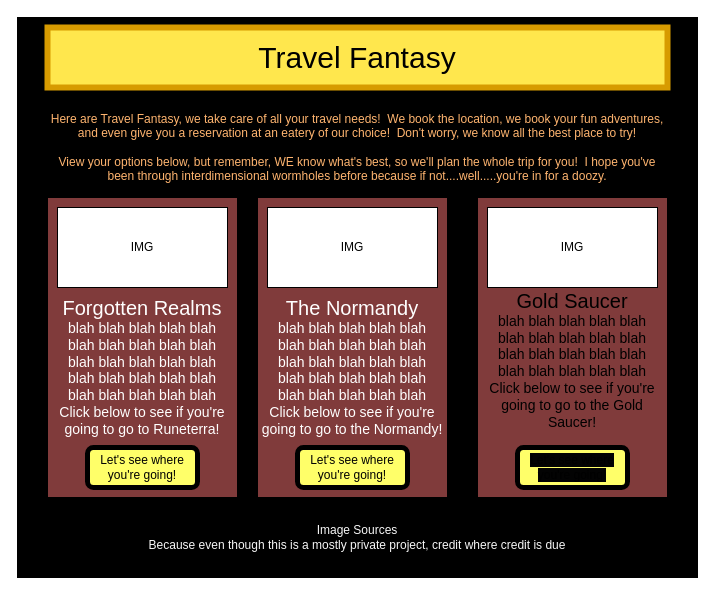
Earlier version of the draw.io diagram DayTripProjectPageIdeas.drawio (Midnight-Sighs/Day-Trip-Project). Source tidied: cells renumbered, new cells numbered last; positions are measured from the earlier drawing's top-left corner, leaving out a move shared by most shapes. Both pictures are drawn from the tidied source at 100%, with x=0, y=0 at pixel (17, 17).
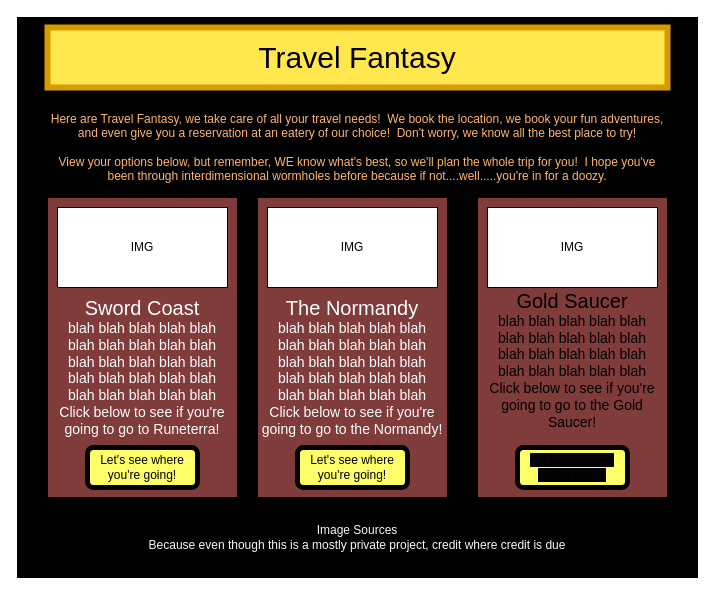
The same diagram, later.

Change to the diagram source:
```diff
@@
 <mxGraphModel>
   <root>
     <mxCell id="0" />
     <mxCell id="1" parent="0" />
     <mxCell id="2" style="rounded=0;whiteSpace=wrap;html=1;fillColor=#000000;" parent="1" vertex="1">
       <mxGeometry width="680" height="560" as="geometry" />
     </mxCell>
     <mxCell id="3" value="&lt;font style=&quot;font-size: 30px&quot;&gt;Travel Fantasy&lt;/font&gt;" style="rounded=0;whiteSpace=wrap;html=1;strokeColor=#d79b00;strokeWidth=6;fillColor=#FFE74D;" parent="1" vertex="1">
       <mxGeometry x="30" y="10" width="620" height="60" as="geometry" />
     </mxCell>
     <mxCell id="4" value="&lt;span style=&quot;background-color: rgb(128 , 59 , 59)&quot;&gt;&lt;font color=&quot;#ffffff&quot;&gt;&lt;br&gt;&lt;font style=&quot;font-family: &amp;#34;helvetica&amp;#34; ; font-style: normal ; font-weight: 400 ; letter-spacing: normal ; text-align: center ; text-indent: 0px ; text-transform: none ; word-spacing: 0px ; font-size: 20px&quot;&gt;&lt;br&gt;The Normandy&lt;/font&gt;&lt;br style=&quot;font-family: &amp;#34;helvetica&amp;#34; ; font-size: 14px ; font-style: normal ; font-weight: 400 ; letter-spacing: normal ; text-align: center ; text-indent: 0px ; text-transform: none ; word-spacing: 0px&quot;&gt;&lt;/font&gt;&lt;/span&gt;&lt;div style=&quot;font-family: &amp;#34;helvetica&amp;#34; ; font-size: 14px ; font-style: normal ; font-weight: 400 ; letter-spacing: normal ; text-align: center ; text-indent: 0px ; text-transform: none ; word-spacing: 0px&quot;&gt;&lt;span style=&quot;background-color: rgb(128 , 59 , 59)&quot;&gt;&lt;font color=&quot;#ffffff&quot;&gt;blah blah blah blah blah&lt;/font&gt;&lt;/span&gt;&lt;/div&gt;&lt;div style=&quot;font-family: &amp;#34;helvetica&amp;#34; ; font-size: 14px ; font-style: normal ; font-weight: 400 ; letter-spacing: normal ; text-align: center ; text-indent: 0px ; text-transform: none ; word-spacing: 0px&quot;&gt;&lt;span style=&quot;background-color: rgb(128 , 59 , 59)&quot;&gt;&lt;font color=&quot;#ffffff&quot;&gt;blah blah blah blah blah&lt;/font&gt;&lt;/span&gt;&lt;/div&gt;&lt;div style=&quot;font-family: &amp;#34;helvetica&amp;#34; ; font-size: 14px ; font-style: normal ; font-weight: 400 ; letter-spacing: normal ; text-align: center ; text-indent: 0px ; text-transform: none ; word-spacing: 0px&quot;&gt;&lt;span style=&quot;background-color: rgb(128 , 59 , 59)&quot;&gt;&lt;font color=&quot;#ffffff&quot;&gt;blah blah blah blah blah&lt;/font&gt;&lt;/span&gt;&lt;/div&gt;&lt;div style=&quot;font-family: &amp;#34;helvetica&amp;#34; ; font-size: 14px ; font-style: normal ; font-weight: 400 ; letter-spacing: normal ; text-align: center ; text-indent: 0px ; text-transform: none ; word-spacing: 0px&quot;&gt;&lt;span style=&quot;background-color: rgb(128 , 59 , 59)&quot;&gt;&lt;font color=&quot;#ffffff&quot;&gt;blah blah blah blah blah&lt;/font&gt;&lt;/span&gt;&lt;/div&gt;&lt;div style=&quot;font-family: &amp;#34;helvetica&amp;#34; ; font-size: 14px ; font-style: normal ; font-weight: 400 ; letter-spacing: normal ; text-align: center ; text-indent: 0px ; text-transform: none ; word-spacing: 0px&quot;&gt;&lt;span style=&quot;background-color: rgb(128 , 59 , 59)&quot;&gt;&lt;font color=&quot;#ffffff&quot;&gt;blah blah blah blah blah&lt;/font&gt;&lt;/span&gt;&lt;/div&gt;&lt;div style=&quot;font-family: &amp;#34;helvetica&amp;#34; ; font-size: 14px ; font-style: normal ; font-weight: 400 ; letter-spacing: normal ; text-align: center ; text-indent: 0px ; text-transform: none ; word-spacing: 0px&quot;&gt;&lt;span style=&quot;background-color: rgb(128 , 59 , 59)&quot;&gt;&lt;font color=&quot;#ffffff&quot;&gt;Click below to see if you're going to go to the Normandy!&lt;/font&gt;&lt;/span&gt;&lt;/div&gt;" style="rounded=0;whiteSpace=wrap;html=1;fillColor=#803B3B;" parent="1" vertex="1">
       <mxGeometry x="240" y="180" width="190" height="300" as="geometry" />
     </mxCell>
     <mxCell id="5" value="&lt;font style=&quot;font-size: 14px&quot;&gt;&lt;font style=&quot;font-size: 20px&quot;&gt;&lt;br&gt;Gold Saucer&lt;/font&gt;&lt;br&gt;&lt;div&gt;&lt;span&gt;blah blah blah blah blah&lt;/span&gt;&lt;/div&gt;&lt;div&gt;&lt;span&gt;blah blah blah blah blah&lt;/span&gt;&lt;/div&gt;&lt;div&gt;&lt;span&gt;blah blah blah blah blah&lt;/span&gt;&lt;/div&gt;&lt;div&gt;&lt;span&gt;blah blah blah blah blah&lt;/span&gt;&lt;/div&gt;&lt;div&gt;&lt;span&gt;Click below to see if you're going to go to the Gold Saucer!&lt;/span&gt;&lt;/div&gt;&lt;/font&gt;" style="rounded=0;whiteSpace=wrap;html=1;fillColor=#803B3B;" parent="1" vertex="1">
       <mxGeometry x="460" y="180" width="190" height="300" as="geometry" />
     </mxCell>
-    <mxCell id="6" value="&lt;span style=&quot;background-color: rgb(128 , 59 , 59)&quot;&gt;&lt;br&gt;&lt;font style=&quot;font-family: &amp;#34;helvetica&amp;#34; ; font-style: normal ; font-weight: 400 ; letter-spacing: normal ; text-align: center ; text-indent: 0px ; text-transform: none ; word-spacing: 0px ; font-size: 20px&quot;&gt;&lt;br&gt;&lt;font color=&quot;#ffffff&quot;&gt;Forgotten Realms&lt;/font&gt;&lt;/font&gt;&lt;font color=&quot;#ffffff&quot;&gt;&lt;br style=&quot;font-family: &amp;#34;helvetica&amp;#34; ; font-size: 14px ; font-style: normal ; font-weight: 400 ; letter-spacing: normal ; text-align: center ; text-indent: 0px ; text-transform: none ; word-spacing: 0px&quot;&gt;&lt;/font&gt;&lt;/span&gt;&lt;div style=&quot;font-family: &amp;#34;helvetica&amp;#34; ; font-size: 14px ; font-style: normal ; font-weight: 400 ; letter-spacing: normal ; text-align: center ; text-indent: 0px ; text-transform: none ; word-spacing: 0px&quot;&gt;&lt;span style=&quot;background-color: rgb(128 , 59 , 59)&quot;&gt;&lt;font color=&quot;#ffffff&quot;&gt;blah blah blah blah blah&lt;/font&gt;&lt;/span&gt;&lt;/div&gt;&lt;div style=&quot;font-family: &amp;#34;helvetica&amp;#34; ; font-size: 14px ; font-style: normal ; font-weight: 400 ; letter-spacing: normal ; text-align: center ; text-indent: 0px ; text-transform: none ; word-spacing: 0px&quot;&gt;&lt;span style=&quot;background-color: rgb(128 , 59 , 59)&quot;&gt;&lt;font color=&quot;#ffffff&quot;&gt;blah blah blah blah blah&lt;/font&gt;&lt;/span&gt;&lt;/div&gt;&lt;div style=&quot;font-family: &amp;#34;helvetica&amp;#34; ; font-size: 14px ; font-style: normal ; font-weight: 400 ; letter-spacing: normal ; text-align: center ; text-indent: 0px ; text-transform: none ; word-spacing: 0px&quot;&gt;&lt;span style=&quot;background-color: rgb(128 , 59 , 59)&quot;&gt;&lt;font color=&quot;#ffffff&quot;&gt;blah blah blah blah blah&lt;/font&gt;&lt;/span&gt;&lt;/div&gt;&lt;div style=&quot;font-family: &amp;#34;helvetica&amp;#34; ; font-size: 14px ; font-style: normal ; font-weight: 400 ; letter-spacing: normal ; text-align: center ; text-indent: 0px ; text-transform: none ; word-spacing: 0px&quot;&gt;&lt;span style=&quot;background-color: rgb(128 , 59 , 59)&quot;&gt;&lt;font color=&quot;#ffffff&quot;&gt;blah blah blah blah blah&lt;/font&gt;&lt;/span&gt;&lt;/div&gt;&lt;div style=&quot;font-family: &amp;#34;helvetica&amp;#34; ; font-size: 14px ; font-style: normal ; font-weight: 400 ; letter-spacing: normal ; text-align: center ; text-indent: 0px ; text-transform: none ; word-spacing: 0px&quot;&gt;&lt;span style=&quot;background-color: rgb(128 , 59 , 59)&quot;&gt;&lt;font color=&quot;#ffffff&quot;&gt;blah blah blah blah blah&lt;/font&gt;&lt;/span&gt;&lt;/div&gt;&lt;div style=&quot;font-family: &amp;#34;helvetica&amp;#34; ; font-size: 14px ; font-style: normal ; font-weight: 400 ; letter-spacing: normal ; text-align: center ; text-indent: 0px ; text-transform: none ; word-spacing: 0px&quot;&gt;&lt;span style=&quot;background-color: rgb(128 , 59 , 59)&quot;&gt;&lt;font color=&quot;#ffffff&quot;&gt;Click below to see if you're going to go to Runeterra!&lt;/font&gt;&lt;/span&gt;&lt;/div&gt;" style="rounded=0;whiteSpace=wrap;html=1;fillColor=#803B3B;" parent="1" vertex="1">
+    <mxCell id="6" value="&lt;span style=&quot;background-color: rgb(128 , 59 , 59)&quot;&gt;&lt;br&gt;&lt;font style=&quot;font-family: &amp;#34;helvetica&amp;#34; ; font-style: normal ; font-weight: 400 ; letter-spacing: normal ; text-align: center ; text-indent: 0px ; text-transform: none ; word-spacing: 0px ; font-size: 20px&quot;&gt;&lt;br&gt;&lt;font color=&quot;#ffffff&quot;&gt;Sword Coast&lt;/font&gt;&lt;/font&gt;&lt;font color=&quot;#ffffff&quot;&gt;&lt;br style=&quot;font-family: &amp;#34;helvetica&amp;#34; ; font-size: 14px ; font-style: normal ; font-weight: 400 ; letter-spacing: normal ; text-align: center ; text-indent: 0px ; text-transform: none ; word-spacing: 0px&quot;&gt;&lt;/font&gt;&lt;/span&gt;&lt;div style=&quot;font-family: &amp;#34;helvetica&amp;#34; ; font-size: 14px ; font-style: normal ; font-weight: 400 ; letter-spacing: normal ; text-align: center ; text-indent: 0px ; text-transform: none ; word-spacing: 0px&quot;&gt;&lt;span style=&quot;background-color: rgb(128 , 59 , 59)&quot;&gt;&lt;font color=&quot;#ffffff&quot;&gt;blah blah blah blah blah&lt;/font&gt;&lt;/span&gt;&lt;/div&gt;&lt;div style=&quot;font-family: &amp;#34;helvetica&amp;#34; ; font-size: 14px ; font-style: normal ; font-weight: 400 ; letter-spacing: normal ; text-align: center ; text-indent: 0px ; text-transform: none ; word-spacing: 0px&quot;&gt;&lt;span style=&quot;background-color: rgb(128 , 59 , 59)&quot;&gt;&lt;font color=&quot;#ffffff&quot;&gt;blah blah blah blah blah&lt;/font&gt;&lt;/span&gt;&lt;/div&gt;&lt;div style=&quot;font-family: &amp;#34;helvetica&amp;#34; ; font-size: 14px ; font-style: normal ; font-weight: 400 ; letter-spacing: normal ; text-align: center ; text-indent: 0px ; text-transform: none ; word-spacing: 0px&quot;&gt;&lt;span style=&quot;background-color: rgb(128 , 59 , 59)&quot;&gt;&lt;font color=&quot;#ffffff&quot;&gt;blah blah blah blah blah&lt;/font&gt;&lt;/span&gt;&lt;/div&gt;&lt;div style=&quot;font-family: &amp;#34;helvetica&amp;#34; ; font-size: 14px ; font-style: normal ; font-weight: 400 ; letter-spacing: normal ; text-align: center ; text-indent: 0px ; text-transform: none ; word-spacing: 0px&quot;&gt;&lt;span style=&quot;background-color: rgb(128 , 59 , 59)&quot;&gt;&lt;font color=&quot;#ffffff&quot;&gt;blah blah blah blah blah&lt;/font&gt;&lt;/span&gt;&lt;/div&gt;&lt;div style=&quot;font-family: &amp;#34;helvetica&amp;#34; ; font-size: 14px ; font-style: normal ; font-weight: 400 ; letter-spacing: normal ; text-align: center ; text-indent: 0px ; text-transform: none ; word-spacing: 0px&quot;&gt;&lt;span style=&quot;background-color: rgb(128 , 59 , 59)&quot;&gt;&lt;font color=&quot;#ffffff&quot;&gt;blah blah blah blah blah&lt;/font&gt;&lt;/span&gt;&lt;/div&gt;&lt;div style=&quot;font-family: &amp;#34;helvetica&amp;#34; ; font-size: 14px ; font-style: normal ; font-weight: 400 ; letter-spacing: normal ; text-align: center ; text-indent: 0px ; text-transform: none ; word-spacing: 0px&quot;&gt;&lt;span style=&quot;background-color: rgb(128 , 59 , 59)&quot;&gt;&lt;font color=&quot;#ffffff&quot;&gt;Click below to see if you're going to go to Runeterra!&lt;/font&gt;&lt;/span&gt;&lt;/div&gt;" style="rounded=0;whiteSpace=wrap;html=1;fillColor=#803B3B;" parent="1" vertex="1">
       <mxGeometry x="30" y="180" width="190" height="300" as="geometry" />
     </mxCell>
     <mxCell id="7" value="IMG" style="rounded=0;whiteSpace=wrap;html=1;" parent="1" vertex="1">
       <mxGeometry x="40" y="190" width="170" height="80" as="geometry" />
     </mxCell>
     <mxCell id="8" value="IMG" style="rounded=0;whiteSpace=wrap;html=1;" parent="1" vertex="1">
       <mxGeometry x="250" y="190" width="170" height="80" as="geometry" />
     </mxCell>
     <mxCell id="9" value="IMG" style="rounded=0;whiteSpace=wrap;html=1;" parent="1" vertex="1">
       <mxGeometry x="470" y="190" width="170" height="80" as="geometry" />
     </mxCell>
     <mxCell id="10" style="edgeStyle=orthogonalEdgeStyle;rounded=0;orthogonalLoop=1;jettySize=auto;html=1;exitX=0.5;exitY=1;exitDx=0;exitDy=0;" parent="1" edge="1" source="2" target="2">
       <mxGeometry relative="1" as="geometry" />
     </mxCell>
     <mxCell id="11" value="&lt;font color=&quot;#ffb570&quot;&gt;Here are Travel Fantasy, we take care of all your travel needs!&amp;nbsp; We book the location, we book your fun adventures, and even give you a reservation at an eatery of our choice!&amp;nbsp; Don't worry, we know all the best place to try!&lt;br&gt;&lt;br&gt;View your options below, but remember, WE know what's best, so we'll plan the whole trip for you!&amp;nbsp; I hope you've been through interdimensional wormholes before because if not....well.....you're in for a doozy.&lt;/font&gt;" style="text;html=1;strokeColor=none;fillColor=none;align=center;verticalAlign=middle;whiteSpace=wrap;rounded=0;" parent="1" vertex="1">
       <mxGeometry x="30" y="90" width="620" height="80" as="geometry" />
     </mxCell>
     <mxCell id="12" value="&lt;font color=&quot;#000000&quot;&gt;Let's see where you're going!&lt;/font&gt;" style="rounded=1;whiteSpace=wrap;html=1;strokeWidth=5;fillColor=#FFFF69;" parent="1" vertex="1">
       <mxGeometry x="70" y="430" width="110" height="40" as="geometry" />
     </mxCell>
     <mxCell id="13" value="&lt;font color=&quot;#000000&quot;&gt;Let's see where you're going!&lt;/font&gt;" style="rounded=1;whiteSpace=wrap;html=1;strokeWidth=5;fillColor=#FFFF69;" parent="1" vertex="1">
       <mxGeometry x="280" y="430" width="110" height="40" as="geometry" />
     </mxCell>
     <mxCell id="14" value="&lt;span style=&quot;background-color: rgb(3 , 3 , 3)&quot;&gt;Let's see where you're going!&lt;/span&gt;" style="rounded=1;whiteSpace=wrap;html=1;strokeWidth=5;fillColor=#FFFF69;" parent="1" vertex="1">
       <mxGeometry x="500" y="430" width="110" height="40" as="geometry" />
     </mxCell>
     <mxCell id="15" value="&lt;font color=&quot;#f7f7f7&quot;&gt;Image Sources&lt;br&gt;Because even though this is a mostly private project, credit where credit is due&lt;/font&gt;" style="text;html=1;strokeColor=none;fillColor=none;align=center;verticalAlign=middle;whiteSpace=wrap;rounded=0;" parent="1" vertex="1">
       <mxGeometry x="30" y="490" width="620" height="60" as="geometry" />
     </mxCell>
   </root>
 </mxGraphModel>
```
